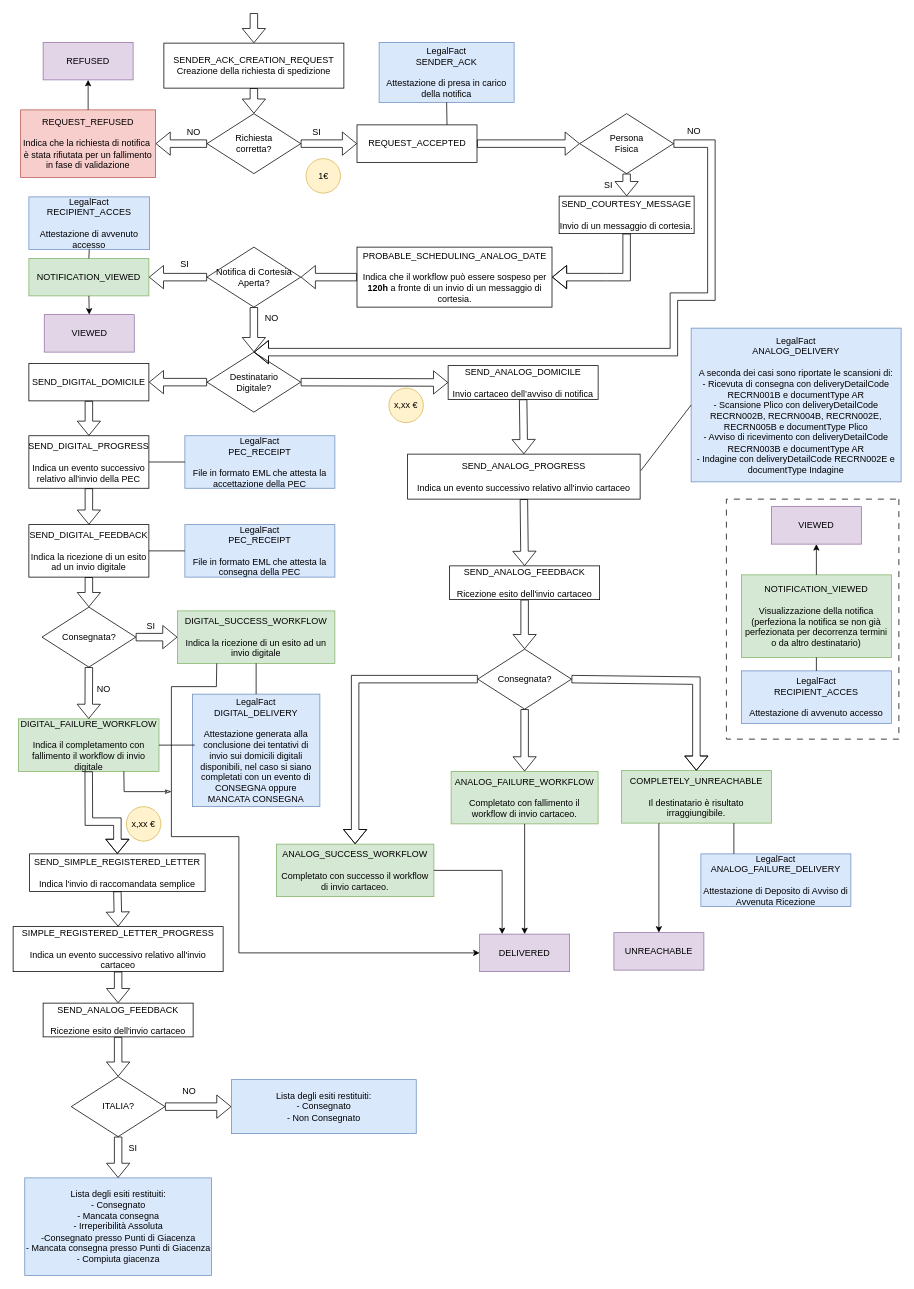
marcogarbujoabaco/drawio keeps this draw.io diagram as page "Spedizione" (5 of 5) of Easy Notification.drawio. Above is the earlier version. Source tidied: cells renumbered, new cells numbered last; positions are measured from the earlier drawing's top-left corner, leaving out a move shared by most shapes. Both pictures are drawn from the tidied source at 75%, with x=0, y=0 at pixel (13, 13).
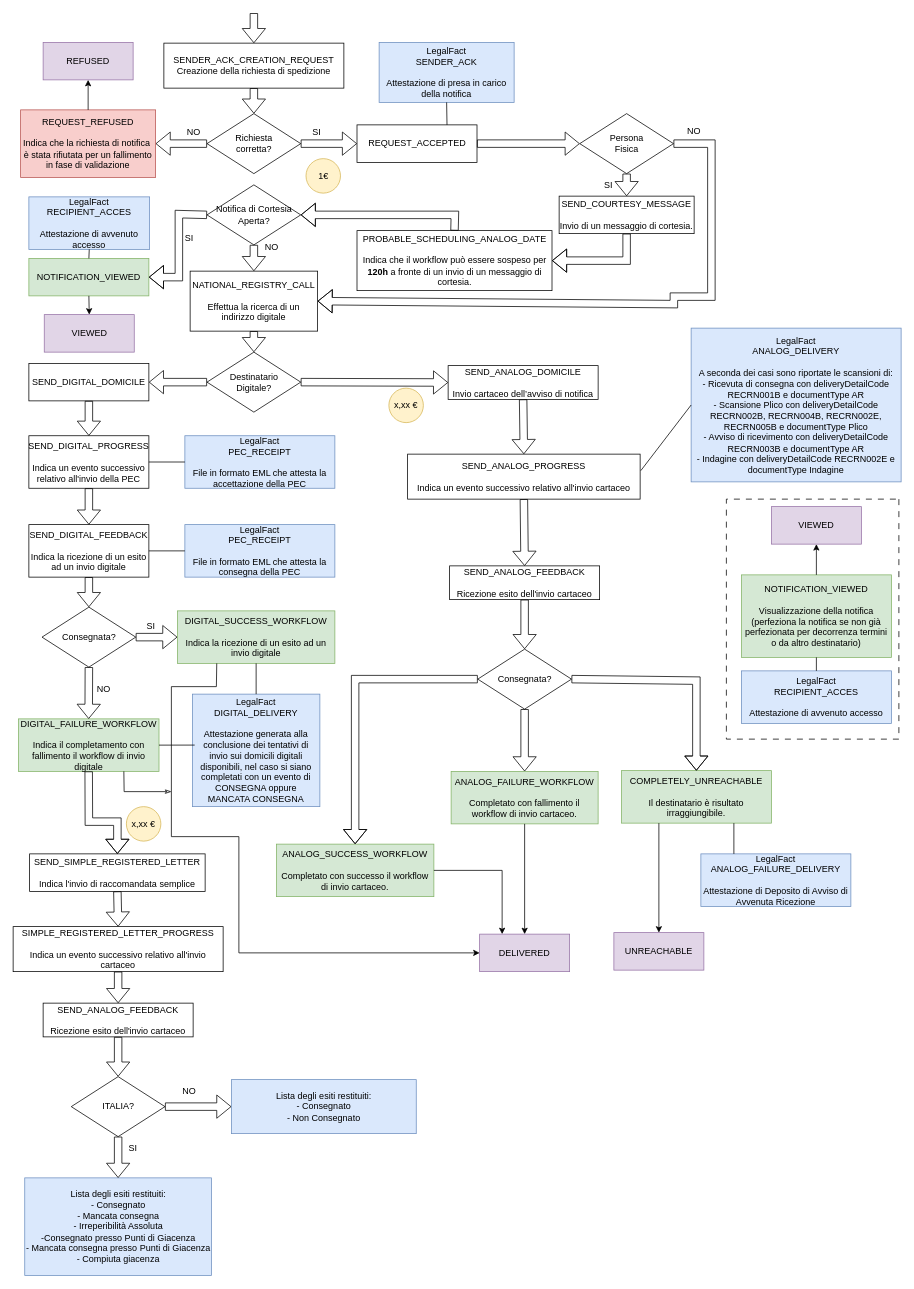
After the change.

Unchanged cells that the change refers to:
```xml
<mxCell id="8" value="Destinatario&lt;div&gt;Digitale?&lt;/div&gt;" style="rhombus;whiteSpace=wrap;html=1;" parent="1" vertex="1">
  <mxGeometry x="258.5" y="452" width="125" height="80" as="geometry" />
</mxCell>
<mxCell id="30" value="SEND_COURTESY_MESSAGE&lt;div&gt;&lt;br&gt;&lt;/div&gt;&lt;div&gt;Invio di un messaggio di cortesia.&lt;/div&gt;" style="rounded=0;whiteSpace=wrap;html=1;" parent="1" vertex="1">
  <mxGeometry x="728" y="244" width="180" height="50" as="geometry" />
</mxCell>
<mxCell id="43" value="NOTIFICATION_VIEWED" style="rounded=0;whiteSpace=wrap;html=1;fillColor=#d5e8d4;strokeColor=#82b366;" parent="1" vertex="1">
  <mxGeometry x="21" y="327" width="160" height="50" as="geometry" />
</mxCell>
<mxCell id="101" value="Persona&lt;div&gt;Fisica&lt;/div&gt;" style="rhombus;whiteSpace=wrap;html=1;" parent="1" vertex="1">
  <mxGeometry x="755.5" y="134" width="125" height="80" as="geometry" />
</mxCell>
```

Change to the diagram source:
```diff
@@
     <mxCell id="31" value="PROBABLE_SCHEDULING_ANALOG_DATE&lt;div&gt;&lt;br&gt;&lt;/div&gt;&lt;div&gt;Indica che il workflow può essere sospeso per &lt;b&gt;120h &lt;/b&gt;a fronte di un invio di un messaggio di cortesia.&lt;/div&gt;" style="rounded=0;whiteSpace=wrap;html=1;" parent="1" vertex="1">
-      <mxGeometry x="458.5" y="312" width="260" height="80" as="geometry" />
+      <mxGeometry x="458.5" y="290" width="260" height="80" as="geometry" />
     </mxCell>
@@
     <mxCell id="40" style="shape=flexArrow;endArrow=classic;html=1;rounded=0;entryX=1;entryY=0.5;entryDx=0;entryDy=0;exitX=0.5;exitY=1;exitDx=0;exitDy=0;" parent="1" edge="1" source="30" target="31">
       <mxGeometry relative="1" as="geometry">
         <Array as="points">
-          <mxPoint x="818" y="352" />
-          <mxPoint x="791" y="352" />
+          <mxPoint x="818" y="330" />
         </Array>
       </mxGeometry>
     </mxCell>
@@
     <mxCell id="42" value="Notifica di Cortesia&lt;div&gt;Aperta?&lt;/div&gt;" style="rhombus;whiteSpace=wrap;html=1;" parent="1" vertex="1">
-      <mxGeometry x="258.5" y="312" width="125" height="80" as="geometry" />
+      <mxGeometry x="258.5" y="229" width="125" height="80" as="geometry" />
     </mxCell>
@@
-    <mxCell id="44" style="shape=flexArrow;endArrow=classic;html=1;rounded=0;entryX=1;entryY=0.5;entryDx=0;entryDy=0;" parent="1" edge="1" source="42" target="43">
-      <mxGeometry relative="1" as="geometry" />
+    <mxCell id="44" style="shape=flexArrow;endArrow=classic;html=1;rounded=0;entryX=1;entryY=0.5;entryDx=0;entryDy=0;exitX=0;exitY=0.5;exitDx=0;exitDy=0;" parent="1" edge="1" source="42" target="43">
+      <mxGeometry relative="1" as="geometry">
+        <Array as="points">
+          <mxPoint x="221" y="268" />
+          <mxPoint x="221" y="352" />
+        </Array>
+      </mxGeometry>
     </mxCell>
-    <mxCell id="45" style="shape=flexArrow;endArrow=classic;html=1;rounded=0;entryX=1;entryY=0.5;entryDx=0;entryDy=0;exitX=0;exitY=0.5;exitDx=0;exitDy=0;" parent="1" edge="1" source="31" target="42">
-      <mxGeometry relative="1" as="geometry" />
+    <mxCell id="45" style="shape=flexArrow;endArrow=classic;html=1;rounded=0;entryX=1;entryY=0.5;entryDx=0;entryDy=0;exitX=0.5;exitY=0;exitDx=0;exitDy=0;" parent="1" edge="1" source="31" target="42">
+      <mxGeometry relative="1" as="geometry">
+        <Array as="points">
+          <mxPoint x="589" y="269" />
+        </Array>
+      </mxGeometry>
     </mxCell>
@@
     <mxCell id="47" value="SI" style="text;html=1;align=center;verticalAlign=middle;whiteSpace=wrap;rounded=0;" parent="1" vertex="1">
-      <mxGeometry x="198.5" y="320" width="60" height="30" as="geometry" />
+      <mxGeometry x="204.5" y="285" width="60" height="30" as="geometry" />
     </mxCell>
-    <mxCell id="48" style="shape=flexArrow;endArrow=classic;html=1;rounded=0;exitX=0.5;exitY=1;exitDx=0;exitDy=0;entryX=0.5;entryY=0;entryDx=0;entryDy=0;" parent="1" edge="1" source="42" target="8">
+    <mxCell id="48" style="shape=flexArrow;endArrow=classic;html=1;rounded=0;exitX=0.5;exitY=1;exitDx=0;exitDy=0;entryX=0.5;entryY=0;entryDx=0;entryDy=0;" parent="1" edge="1" source="42" target="106">
       <mxGeometry relative="1" as="geometry" />
     </mxCell>
     <mxCell id="49" value="NO" style="text;html=1;align=center;verticalAlign=middle;whiteSpace=wrap;rounded=0;" parent="1" vertex="1">
-      <mxGeometry x="315" y="392" width="60" height="30" as="geometry" />
+      <mxGeometry x="315" y="297" width="60" height="30" as="geometry" />
     </mxCell>
@@
-    <mxCell id="104" style="shape=flexArrow;endArrow=classic;html=1;rounded=0;entryX=0.5;entryY=0;entryDx=0;entryDy=0;exitX=1;exitY=0.5;exitDx=0;exitDy=0;" parent="1" edge="1" source="101" target="8">
+    <mxCell id="104" style="shape=flexArrow;endArrow=classic;html=1;rounded=0;exitX=1;exitY=0.5;exitDx=0;exitDy=0;entryX=1;entryY=0.5;entryDx=0;entryDy=0;" parent="1" edge="1" source="101" target="106">
       <mxGeometry relative="1" as="geometry">
         <Array as="points">
           <mxPoint x="931" y="174" />
           <mxPoint x="931" y="378" />
           <mxPoint x="881" y="378" />
-          <mxPoint x="881" y="452" />
+          <mxPoint x="881" y="388" />
         </Array>
       </mxGeometry>
     </mxCell>
@@
+    <mxCell id="106" value="NATIONAL_REGISTRY_CALL&lt;br&gt;&lt;div&gt;&lt;br&gt;&lt;/div&gt;&lt;div&gt;Effettua la ricerca di un indirizzo digitale&lt;/div&gt;" style="rounded=0;whiteSpace=wrap;html=1;" parent="1" vertex="1">
+      <mxGeometry x="236" y="344" width="170" height="80" as="geometry" />
+    </mxCell>
+    <mxCell id="107" style="shape=flexArrow;endArrow=classic;html=1;rounded=0;entryX=0.5;entryY=0;entryDx=0;entryDy=0;exitX=0.5;exitY=1;exitDx=0;exitDy=0;" parent="1" edge="1" source="106" target="8">
+      <mxGeometry relative="1" as="geometry" />
+    </mxCell>
```
